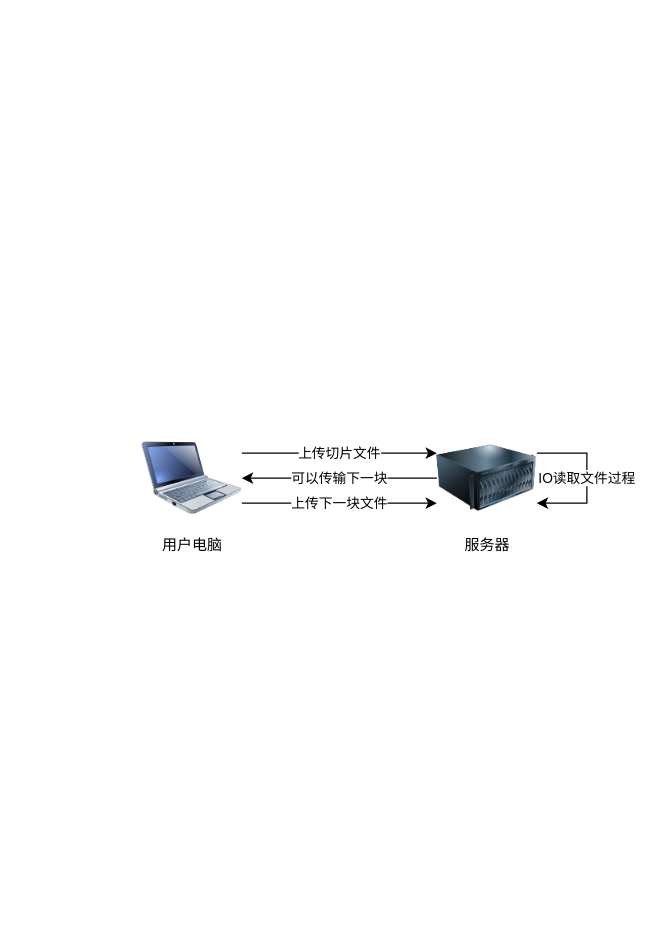
Above: page "分片上传" (1 of 3) of partupload.drawio in pandaingit/darwio (draw.io), before the change. Source tidied: cells renumbered, new cells numbered last; positions are measured from the earlier drawing's top-left corner, leaving out a move shared by most shapes. Both pictures are drawn from the tidied source at 125%, with x=0, y=0 at pixel (141, 428).
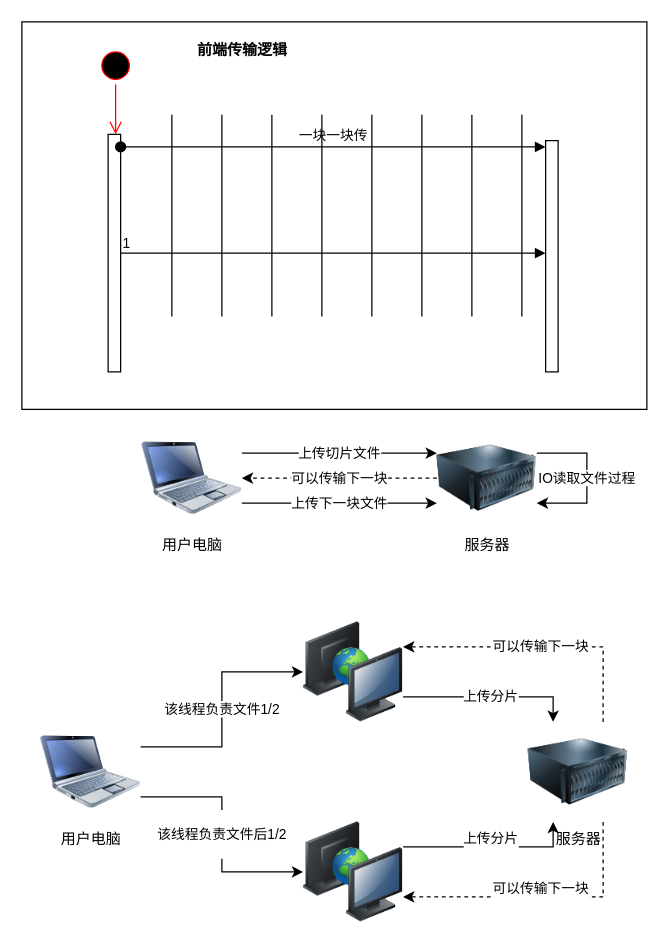
The same diagram, later.

Commit message:
新增多线程分片上传逻辑

The change refers to these unchanged cells:
```xml
<mxCell id="3" value="服务器" style="image;html=1;image=img/lib/clip_art/computers/Server_128x128.png;" parent="1" vertex="1">
  <mxGeometry x="236" width="80" height="80" as="geometry" />
</mxCell>
<mxCell id="6" value="用户电脑" style="image;html=1;image=img/lib/clip_art/computers/Netbook_128x128.png;" parent="1" vertex="1">
  <mxGeometry width="80" height="80" as="geometry" />
</mxCell>
```

Change to the diagram source:
```diff
@@
-    <mxCell id="2" value="可以传输下一块" style="edgeStyle=orthogonalEdgeStyle;rounded=0;jettySize=auto;html=1;exitX=0;exitY=0.5;exitDx=0;exitDy=0;" parent="1" edge="1" source="3" target="6">
+    <mxCell id="2" value="可以传输下一块" style="edgeStyle=orthogonalEdgeStyle;rounded=0;jettySize=auto;html=1;exitX=0;exitY=0.5;exitDx=0;exitDy=0;dashed=1;" parent="1" edge="1" source="3" target="6">
       <mxGeometry relative="1" as="geometry" />
     </mxCell>
@@
+    <mxCell id="8" style="group;" parent="1" vertex="1">
+      <mxGeometry x="-81" y="155" width="470" height="240" as="geometry" />
+    </mxCell>
+    <mxCell id="9" value="可以传输下一块" style="edgeStyle=orthogonalEdgeStyle;rounded=0;jettySize=auto;html=1;exitX=0.75;exitY=0;exitDx=0;exitDy=0;entryX=1;entryY=0.25;entryDx=0;entryDy=0;dashed=1;" parent="8" edge="1" source="11" target="16">
+      <mxGeometry relative="1" as="geometry" />
+    </mxCell>
+    <mxCell id="10" value="&#10;&lt;span style=&quot;color: rgb(0, 0, 0); font-family: Helvetica; font-size: 11px; font-style: normal; font-variant-ligatures: normal; font-variant-caps: normal; font-weight: 400; letter-spacing: normal; orphans: 2; text-align: center; text-indent: 0px; text-transform: none; widows: 2; word-spacing: 0px; -webkit-text-stroke-width: 0px; white-space: nowrap; background-color: rgb(255, 255, 255); text-decoration-thickness: initial; text-decoration-style: initial; text-decoration-color: initial; display: inline !important; float: none;&quot;&gt;可以传输下一块&lt;/span&gt;&#10;&#10;" style="edgeStyle=orthogonalEdgeStyle;rounded=0;jettySize=auto;html=1;exitX=0.75;exitY=1;exitDx=0;exitDy=0;entryX=1;entryY=0.75;entryDx=0;entryDy=0;dashed=1;" parent="8" edge="1" source="11" target="18">
+      <mxGeometry relative="1" as="geometry" />
+    </mxCell>
+    <mxCell id="11" value="服务器" style="image;html=1;image=img/lib/clip_art/computers/Server_128x128.png;" parent="8" vertex="1">
+      <mxGeometry x="390" y="80" width="80" height="80" as="geometry" />
+    </mxCell>
+    <mxCell id="12" value="该线程负责文件1/2" style="edgeStyle=orthogonalEdgeStyle;rounded=0;jettySize=auto;html=1;exitX=1;exitY=0.25;exitDx=0;exitDy=0;" parent="8" edge="1" source="14" target="16">
+      <mxGeometry relative="1" as="geometry" />
+    </mxCell>
+    <mxCell id="13" value="&lt;br&gt;&lt;span style=&quot;color: rgb(0, 0, 0); font-family: Helvetica; font-size: 11px; font-style: normal; font-variant-ligatures: normal; font-variant-caps: normal; font-weight: 400; letter-spacing: normal; orphans: 2; text-align: center; text-indent: 0px; text-transform: none; widows: 2; word-spacing: 0px; -webkit-text-stroke-width: 0px; white-space: nowrap; background-color: rgb(255, 255, 255); text-decoration-thickness: initial; text-decoration-style: initial; text-decoration-color: initial; display: inline !important; float: none;&quot;&gt;该线程负责文件后1/2&lt;/span&gt;&lt;div&gt;&lt;br/&gt;&lt;/div&gt;" style="edgeStyle=orthogonalEdgeStyle;rounded=0;jettySize=auto;html=1;exitX=1;exitY=0.75;exitDx=0;exitDy=0;entryX=0;entryY=0.5;entryDx=0;entryDy=0;" parent="8" edge="1" source="14" target="18">
+      <mxGeometry relative="1" as="geometry" />
+    </mxCell>
+    <mxCell id="14" value="用户电脑" style="image;html=1;image=img/lib/clip_art/computers/Netbook_128x128.png;" parent="8" vertex="1">
+      <mxGeometry y="80" width="80" height="80" as="geometry" />
+    </mxCell>
+    <mxCell id="15" value="上传分片" style="edgeStyle=orthogonalEdgeStyle;rounded=0;jettySize=auto;html=1;exitX=1;exitY=0.75;exitDx=0;exitDy=0;entryX=0.25;entryY=0;entryDx=0;entryDy=0;" parent="8" edge="1" source="16" target="11">
+      <mxGeometry relative="1" as="geometry" />
+    </mxCell>
+    <mxCell id="16" style="image;html=1;image=img/lib/clip_art/computers/Network_2_128x128.png;" parent="8" vertex="1">
+      <mxGeometry x="210" width="80" height="80" as="geometry" />
+    </mxCell>
+    <mxCell id="17" value="&#10;&lt;span style=&quot;color: rgb(0, 0, 0); font-family: Helvetica; font-size: 11px; font-style: normal; font-variant-ligatures: normal; font-variant-caps: normal; font-weight: 400; letter-spacing: normal; orphans: 2; text-align: center; text-indent: 0px; text-transform: none; widows: 2; word-spacing: 0px; -webkit-text-stroke-width: 0px; white-space: nowrap; background-color: rgb(255, 255, 255); text-decoration-thickness: initial; text-decoration-style: initial; text-decoration-color: initial; display: inline !important; float: none;&quot;&gt;上传分片&lt;/span&gt;&#10;&#10;" style="edgeStyle=orthogonalEdgeStyle;rounded=0;jettySize=auto;html=1;exitX=1;exitY=0.25;exitDx=0;exitDy=0;entryX=0.25;entryY=1;entryDx=0;entryDy=0;" parent="8" edge="1" source="18" target="11">
+      <mxGeometry relative="1" as="geometry" />
+    </mxCell>
+    <mxCell id="18" style="image;html=1;image=img/lib/clip_art/computers/Network_2_128x128.png;" parent="8" vertex="1">
+      <mxGeometry x="210" y="160" width="80" height="80" as="geometry" />
+    </mxCell>
+    <mxCell id="19" style="rounded=0;whiteSpace=wrap;html=1;" parent="1" vertex="1">
+      <mxGeometry x="-96" y="-325" width="500" height="310" as="geometry" />
+    </mxCell>
+    <mxCell id="20" style="html=1;points=[[0,0,0,0,5],[0,1,0,0,-5],[1,0,0,0,5],[1,1,0,0,-5]];perimeter=orthogonalPerimeter;outlineConnect=0;targetShapes=umlLifeline;portConstraint=eastwest;newEdgeStyle={&quot;curved&quot;:0,&quot;rounded&quot;:0};" parent="1" vertex="1">
+      <mxGeometry x="-27" y="-235" width="10" height="190" as="geometry" />
+    </mxCell>
+    <mxCell id="21" style="html=1;points=[[0,0,0,0,5],[0,1,0,0,-5],[1,0,0,0,5],[1,1,0,0,-5]];perimeter=orthogonalPerimeter;outlineConnect=0;targetShapes=umlLifeline;portConstraint=eastwest;newEdgeStyle={&quot;curved&quot;:0,&quot;rounded&quot;:0};" parent="1" vertex="1">
+      <mxGeometry x="323" y="-230" width="10" height="185" as="geometry" />
+    </mxCell>
+    <mxCell id="22" value="一块一块传" style="html=1;verticalAlign=bottom;startArrow=oval;endArrow=block;startSize=8;curved=0;rounded=0;entryX=0;entryY=0;entryDx=0;entryDy=5;" parent="1" edge="1" source="20" target="21">
+      <mxGeometry relative="1" as="geometry" />
+    </mxCell>
+    <mxCell id="23" style="ellipse;html=1;shape=startState;fillColor=#000000;strokeColor=#ff0000;" parent="1" vertex="1">
+      <mxGeometry x="-36" y="-305" width="30" height="30" as="geometry" />
+    </mxCell>
+    <mxCell id="24" style="edgeStyle=orthogonalEdgeStyle;html=1;verticalAlign=bottom;endArrow=open;endSize=8;strokeColor=#ff0000;rounded=0;" parent="1" edge="1" source="23">
+      <mxGeometry relative="1" as="geometry">
+        <mxPoint x="-21" y="-235" as="targetPoint" />
+      </mxGeometry>
+    </mxCell>
+    <mxCell id="25" style="endArrow=block;endFill=1;html=1;edgeStyle=orthogonalEdgeStyle;align=left;verticalAlign=top;rounded=0;" parent="1" edge="1" source="20" target="21">
+      <mxGeometry x="-1" relative="1" as="geometry">
+        <Array as="points">
+          <mxPoint x="240" y="-140" />
+          <mxPoint x="240" y="-140" />
+        </Array>
+      </mxGeometry>
+    </mxCell>
+    <mxCell id="26" value="1" style="edgeLabel;html=1;align=left;verticalAlign=bottom;" parent="25" vertex="1">
+      <mxGeometry x="-1" relative="1" as="geometry" />
+    </mxCell>
+    <mxCell id="27" style="line;strokeWidth=1;fillColor=none;align=left;verticalAlign=middle;spacingTop=-1;spacingLeft=3;spacingRight=3;labelPosition=right;strokeColor=inherit;direction=south;" parent="1" vertex="1">
+      <mxGeometry x="20" y="-250.8" width="8" height="161.5" as="geometry" />
+    </mxCell>
+    <mxCell id="28" style="line;strokeWidth=1;fillColor=none;align=left;verticalAlign=middle;spacingTop=-1;spacingLeft=3;spacingRight=3;labelPosition=right;strokeColor=inherit;direction=south;" parent="1" vertex="1">
+      <mxGeometry x="60" y="-250.8" width="8" height="161.5" as="geometry" />
+    </mxCell>
+    <mxCell id="29" style="line;strokeWidth=1;fillColor=none;align=left;verticalAlign=middle;spacingTop=-1;spacingLeft=3;spacingRight=3;labelPosition=right;strokeColor=inherit;direction=south;" parent="1" vertex="1">
+      <mxGeometry x="100" y="-250.8" width="8" height="161.5" as="geometry" />
+    </mxCell>
+    <mxCell id="30" style="line;strokeWidth=1;fillColor=none;align=left;verticalAlign=middle;spacingTop=-1;spacingLeft=3;spacingRight=3;labelPosition=right;strokeColor=inherit;direction=south;" parent="1" vertex="1">
+      <mxGeometry x="140" y="-250.8" width="8" height="161.5" as="geometry" />
+    </mxCell>
+    <mxCell id="31" style="line;strokeWidth=1;fillColor=none;align=left;verticalAlign=middle;spacingTop=-1;spacingLeft=3;spacingRight=3;labelPosition=right;strokeColor=inherit;direction=south;" parent="1" vertex="1">
+      <mxGeometry x="180" y="-250.8" width="8" height="161.5" as="geometry" />
+    </mxCell>
+    <mxCell id="32" style="line;strokeWidth=1;fillColor=none;align=left;verticalAlign=middle;spacingTop=-1;spacingLeft=3;spacingRight=3;labelPosition=right;strokeColor=inherit;direction=south;" parent="1" vertex="1">
+      <mxGeometry x="220" y="-250.8" width="8" height="161.5" as="geometry" />
+    </mxCell>
+    <mxCell id="33" style="line;strokeWidth=1;fillColor=none;align=left;verticalAlign=middle;spacingTop=-1;spacingLeft=3;spacingRight=3;labelPosition=right;strokeColor=inherit;direction=south;" parent="1" vertex="1">
+      <mxGeometry x="260" y="-250.8" width="8" height="161.5" as="geometry" />
+    </mxCell>
+    <mxCell id="34" style="line;strokeWidth=1;fillColor=none;align=left;verticalAlign=middle;spacingTop=-1;spacingLeft=3;spacingRight=3;labelPosition=right;strokeColor=inherit;direction=south;" parent="1" vertex="1">
+      <mxGeometry x="300" y="-250.8" width="8" height="161.5" as="geometry" />
+    </mxCell>
+    <mxCell id="35" value="前端传输逻辑" style="text;align=center;fontStyle=1;verticalAlign=middle;spacingLeft=3;spacingRight=3;strokeColor=none;html=1;" parent="1" vertex="1">
+      <mxGeometry x="40" y="-315" width="80" height="26" as="geometry" />
+    </mxCell>
```
